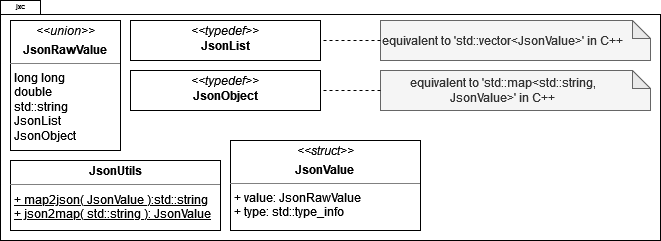
Earlier version of the draw.io export docs/uml.png (mwhicks-dev/JsonXChange). Source tidied: cells renumbered, new cells last; positions are measured from the earlier drawing's top-left corner, leaving out a move shared by most shapes.
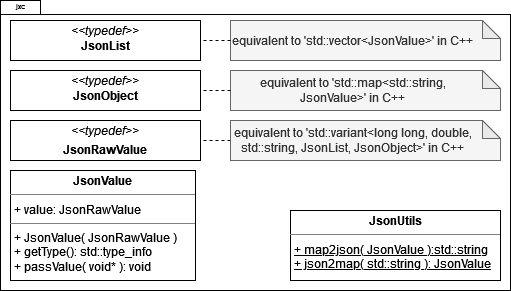
The same diagram one commit later.

Commit message:
UML - JsonValue now uses variant

Change to the diagram source:
```diff
@@ -3,28 +3,22 @@
     <mxCell id="0" />
     <mxCell id="1" parent="0" />
     <mxCell id="2" style="shape=folder;fontStyle=1;spacingTop=10;tabWidth=40;tabHeight=14;tabPosition=left;html=1;whiteSpace=wrap;" parent="1" vertex="1">
-      <mxGeometry width="660" height="240" as="geometry" />
+      <mxGeometry width="510" height="290" as="geometry" />
     </mxCell>
     <mxCell id="3" value="jxc" style="text;html=1;align=center;verticalAlign=middle;strokeColor=none;fillColor=none;fontSize=7;spacing=0;labelPosition=center;verticalLabelPosition=middle;spacingBottom=9;spacingLeft=0;spacingRight=10;" parent="1" vertex="1">
       <mxGeometry x="10" width="30" height="20" as="geometry" />
     </mxCell>
-    <mxCell id="4" value="&lt;p style=&quot;margin:0px;margin-top:4px;text-align:center;&quot;&gt;&lt;i&gt;&amp;lt;&amp;lt;union&amp;gt;&amp;gt;&lt;/i&gt;&lt;/p&gt;&lt;p style=&quot;margin:0px;margin-top:4px;text-align:center;&quot;&gt;&lt;b&gt;JsonRawValue&lt;/b&gt;&lt;br&gt;&lt;/p&gt;&lt;hr size=&quot;1&quot;&gt;&lt;p style=&quot;margin:0px;margin-left:4px;&quot;&gt;long long&lt;/p&gt;&lt;p style=&quot;margin:0px;margin-left:4px;&quot;&gt;double&lt;/p&gt;&lt;p style=&quot;margin:0px;margin-left:4px;&quot;&gt;std::string&lt;/p&gt;&lt;p style=&quot;margin:0px;margin-left:4px;&quot;&gt;JsonList&lt;/p&gt;&lt;p style=&quot;margin:0px;margin-left:4px;&quot;&gt;JsonObject&lt;br&gt;&lt;/p&gt;" style="verticalAlign=top;align=left;overflow=fill;fontSize=12;fontFamily=Helvetica;html=1;whiteSpace=wrap;" parent="1" vertex="1">
-      <mxGeometry x="10" y="20" width="110" height="130" as="geometry" />
-    </mxCell>
-    <mxCell id="5" value="&lt;p style=&quot;margin:0px;margin-top:4px;text-align:center;&quot;&gt;&lt;i&gt;&amp;lt;&amp;lt;struct&amp;gt;&amp;gt;&lt;/i&gt;&lt;/p&gt;&lt;p style=&quot;margin:0px;margin-top:4px;text-align:center;&quot;&gt;&lt;b&gt;JsonValue&lt;/b&gt;&lt;br&gt;&lt;/p&gt;&lt;hr size=&quot;1&quot;&gt;&lt;p style=&quot;margin:0px;margin-left:4px;&quot;&gt;+ value: JsonRawValue&lt;br&gt;+ type: std::type_info&lt;/p&gt;" style="verticalAlign=top;align=left;overflow=fill;fontSize=12;fontFamily=Helvetica;html=1;whiteSpace=wrap;" parent="1" vertex="1">
-      <mxGeometry x="230" y="140" width="190" height="90" as="geometry" />
-    </mxCell>
     <mxCell id="6" value="&lt;p style=&quot;margin:0px;margin-top:4px;text-align:center;&quot;&gt;&lt;i&gt;&amp;lt;&amp;lt;typedef&amp;gt;&amp;gt;&lt;/i&gt;&lt;br&gt;&lt;b&gt;JsonList&lt;/b&gt;&lt;/p&gt;" style="verticalAlign=top;align=left;overflow=fill;fontSize=12;fontFamily=Helvetica;html=1;whiteSpace=wrap;" parent="1" vertex="1">
-      <mxGeometry x="130" y="20" width="190" height="40" as="geometry" />
+      <mxGeometry x="10" y="20" width="190" height="40" as="geometry" />
     </mxCell>
     <mxCell id="7" value="&lt;p style=&quot;margin:0px;margin-top:4px;text-align:center;&quot;&gt;&lt;i&gt;&amp;lt;&amp;lt;typedef&amp;gt;&amp;gt;&lt;/i&gt;&lt;br&gt;&lt;b&gt;JsonObject&lt;/b&gt;&lt;/p&gt;" style="verticalAlign=top;align=left;overflow=fill;fontSize=12;fontFamily=Helvetica;html=1;whiteSpace=wrap;" parent="1" vertex="1">
-      <mxGeometry x="130" y="70" width="190" height="40" as="geometry" />
+      <mxGeometry x="10" y="70" width="190" height="40" as="geometry" />
     </mxCell>
     <mxCell id="8" value="equivalent to 'std::vector&amp;lt;JsonValue&amp;gt;' in C++" style="shape=note;whiteSpace=wrap;html=1;backgroundOutline=1;darkOpacity=0.05;labelPosition=center;verticalLabelPosition=middle;align=center;verticalAlign=middle;spacingLeft=0;spacingRight=25;fillColor=#f5f5f5;fontColor=#333333;strokeColor=#666666;size=18;" parent="1" vertex="1">
-      <mxGeometry x="380" y="20" width="270" height="40" as="geometry" />
+      <mxGeometry x="230" y="20" width="270" height="40" as="geometry" />
     </mxCell>
     <mxCell id="9" value="equivalent to 'std::map&amp;lt;std::string, JsonValue&amp;gt;' in C++" style="shape=note;whiteSpace=wrap;html=1;backgroundOutline=1;darkOpacity=0.05;labelPosition=center;verticalLabelPosition=middle;align=center;verticalAlign=middle;spacingLeft=0;spacingRight=25;fillColor=#f5f5f5;fontColor=#333333;strokeColor=#666666;size=18;" parent="1" vertex="1">
-      <mxGeometry x="380" y="70" width="270" height="40" as="geometry" />
+      <mxGeometry x="230" y="70" width="270" height="40" as="geometry" />
     </mxCell>
     <mxCell id="10" style="endArrow=none;dashed=1;html=1;rounded=0;" parent="1" edge="1" source="8" target="6">
       <mxGeometry relative="1" as="geometry" />
@@ -33,7 +27,19 @@
       <mxGeometry relative="1" as="geometry" />
     </mxCell>
     <mxCell id="12" value="&lt;p style=&quot;margin:0px;margin-top:4px;text-align:center;&quot;&gt;&lt;b&gt;JsonUtils&lt;/b&gt;&lt;/p&gt;&lt;hr size=&quot;1&quot;&gt;&lt;p style=&quot;margin:0px;margin-left:4px;&quot;&gt;&lt;u&gt;+ map2json( JsonValue ):std::string&lt;/u&gt;&lt;/p&gt;&lt;p style=&quot;margin:0px;margin-left:4px;&quot;&gt;&lt;u&gt;+ json2map( std::string ): JsonValue&lt;/u&gt;&lt;br&gt;&lt;/p&gt;" style="verticalAlign=top;align=left;overflow=fill;fontSize=12;fontFamily=Helvetica;html=1;whiteSpace=wrap;" parent="1" vertex="1">
-      <mxGeometry x="10" y="160" width="210" height="70" as="geometry" />
+      <mxGeometry x="290" y="210" width="210" height="70" as="geometry" />
     </mxCell>
+    <mxCell id="13" value="&lt;p style=&quot;margin:0px;margin-top:4px;text-align:center;&quot;&gt;&lt;b&gt;JsonValue&lt;/b&gt;&lt;/p&gt;&lt;hr size=&quot;1&quot;&gt;&lt;p style=&quot;margin:0px;margin-left:4px;&quot;&gt;+ value: JsonRawValue&lt;br&gt;&lt;/p&gt;&lt;hr size=&quot;1&quot;&gt;&lt;p style=&quot;margin:0px;margin-left:4px;&quot;&gt;+ JsonValue( JsonRawValue )&lt;br&gt;&lt;/p&gt;&lt;p style=&quot;margin:0px;margin-left:4px;&quot;&gt;+ getType(): std::type_info&lt;/p&gt;&lt;p style=&quot;margin:0px;margin-left:4px;&quot;&gt;+ passValue( void* ): void&lt;br&gt;&lt;/p&gt;" style="verticalAlign=top;align=left;overflow=fill;fontSize=12;fontFamily=Helvetica;html=1;whiteSpace=wrap;" parent="1" vertex="1">
+      <mxGeometry x="10" y="170" width="185" height="110" as="geometry" />
+    </mxCell>
+    <mxCell id="14" value="&lt;p style=&quot;margin:0px;margin-top:4px;text-align:center;&quot;&gt;&lt;i&gt;&amp;lt;&amp;lt;typedef&amp;gt;&amp;gt;&lt;/i&gt;&lt;/p&gt;&lt;p style=&quot;margin:0px;margin-top:4px;text-align:center;&quot;&gt;&lt;b&gt;JsonRawValue&lt;/b&gt;&lt;br&gt;&lt;/p&gt;" style="verticalAlign=top;align=left;overflow=fill;fontSize=12;fontFamily=Helvetica;html=1;whiteSpace=wrap;" parent="1" vertex="1">
+      <mxGeometry x="10" y="120" width="190" height="40" as="geometry" />
+    </mxCell>
+    <mxCell id="15" style="endArrow=none;dashed=1;html=1;rounded=0;" parent="1" edge="1" source="16" target="14">
+      <mxGeometry relative="1" as="geometry" />
+    </mxCell>
+    <mxCell id="16" value="equivalent to 'std::variant&amp;lt;long long, double, std::string, JsonList, JsonObject&amp;gt;' in C++" style="shape=note;whiteSpace=wrap;html=1;backgroundOutline=1;darkOpacity=0.05;labelPosition=center;verticalLabelPosition=middle;align=center;verticalAlign=middle;spacingLeft=0;spacingRight=25;fillColor=#f5f5f5;fontColor=#333333;strokeColor=#666666;size=18;" parent="1" vertex="1">
+      <mxGeometry x="230" y="120" width="270" height="40" as="geometry" />
+    </mxCell>
   </root>
 </mxGraphModel>
```
